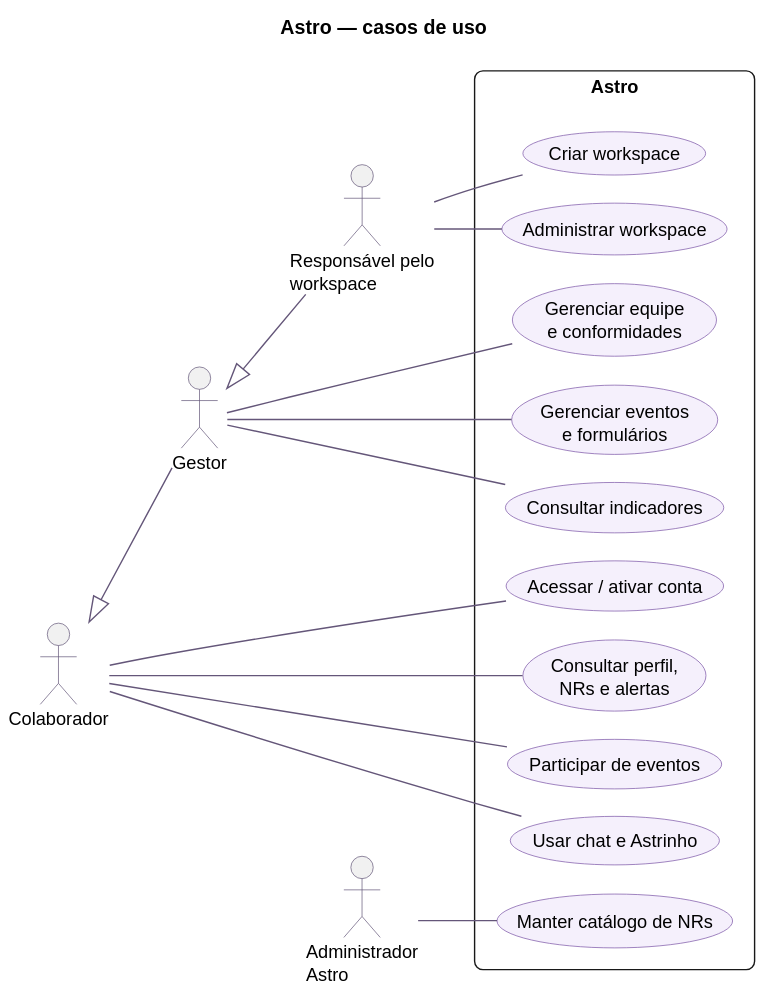
Astro-Inter/astro-eqs-diagrams keeps this PlantUML diagram as diagrams/rendered/casos_de_uso.svg. Above is the earlier version.
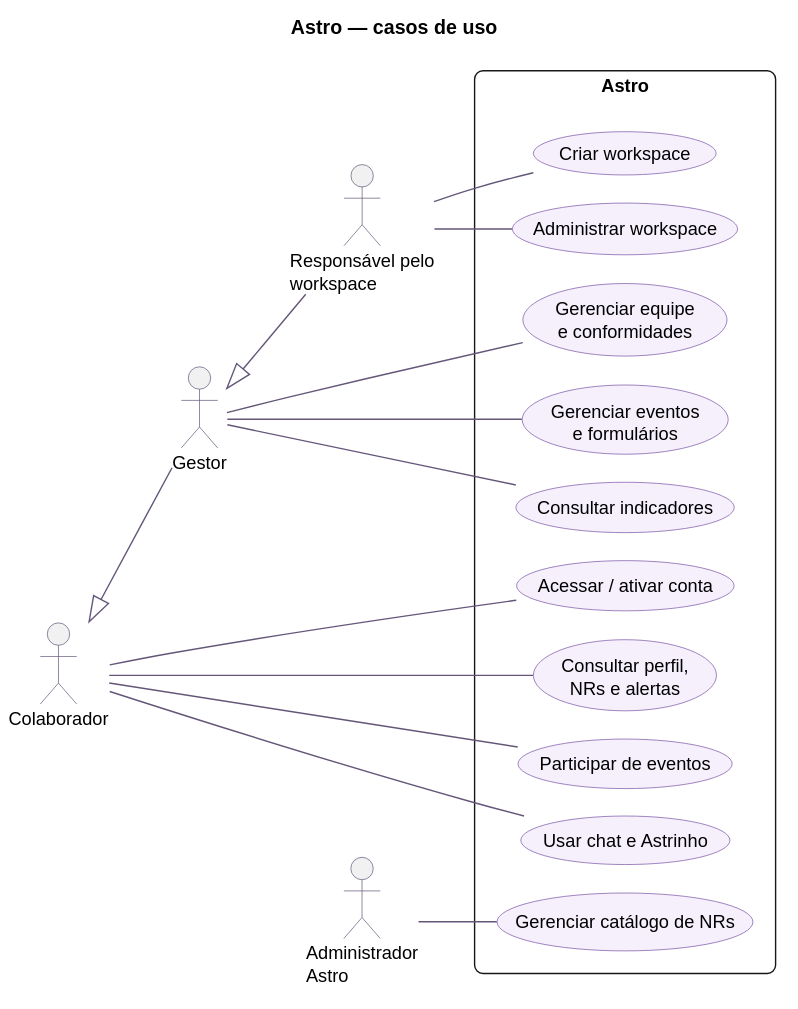
The same file after the commit.

Commit message:
docs(SCRUM-558): renomear caso de uso do catalogo de nrs

Change to the diagram source:
```diff
@@ -26,7 +26,7 @@
   usecase "Gerenciar eventos\ne formulários" as operacao
   usecase "Consultar indicadores" as indicadores
   usecase "Administrar workspace" as workspace
-  usecase "Manter catálogo de NRs" as catalogo
+  usecase "Gerenciar catálogo de NRs" as catalogo
 }
 responsavel -- criar
 colaborador -- acesso
```
